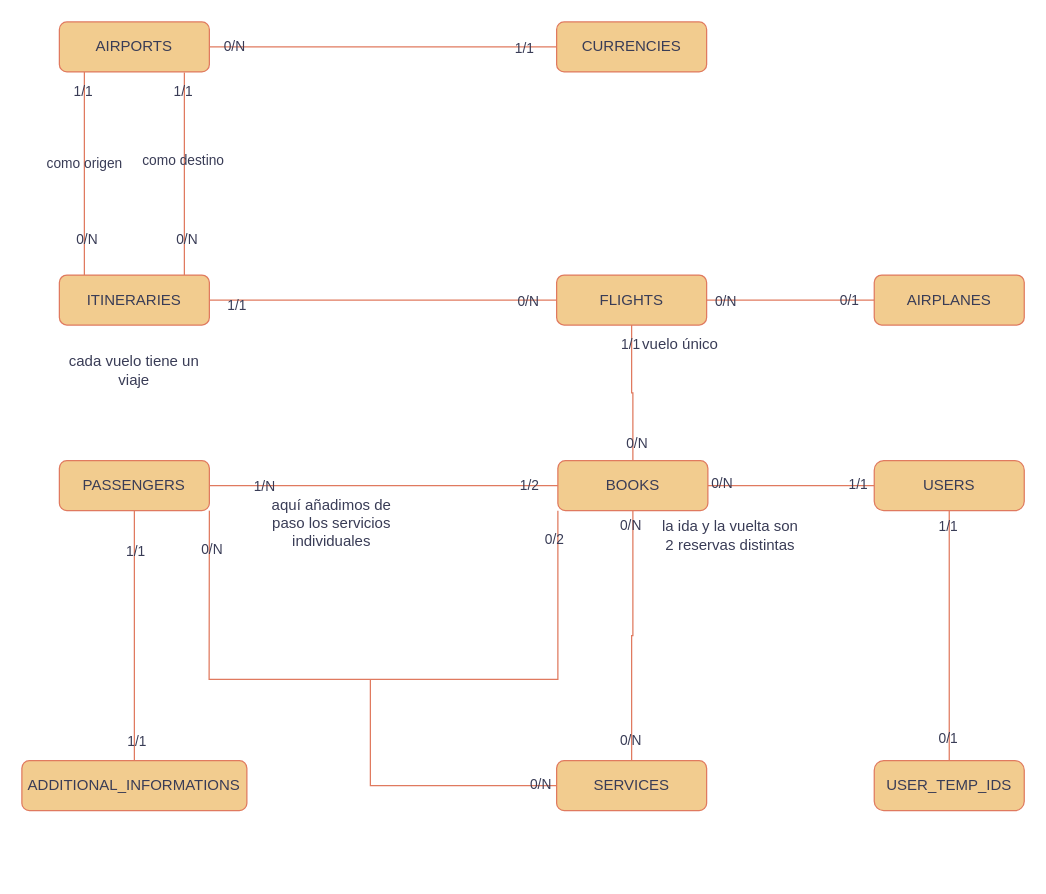
Earlier version of the draw.io diagram UML/BBDD/2 Diagrama de flujo/DF destinyAirlines.drawio (SergioCorredorT/destinyairlinesReact). Source tidied: cells renumbered, new cells numbered last; positions are measured from the earlier drawing's top-left corner, leaving out a move shared by most shapes. Both pictures are drawn from the tidied source at 125%, with x=0, y=0 at pixel (21, 21).
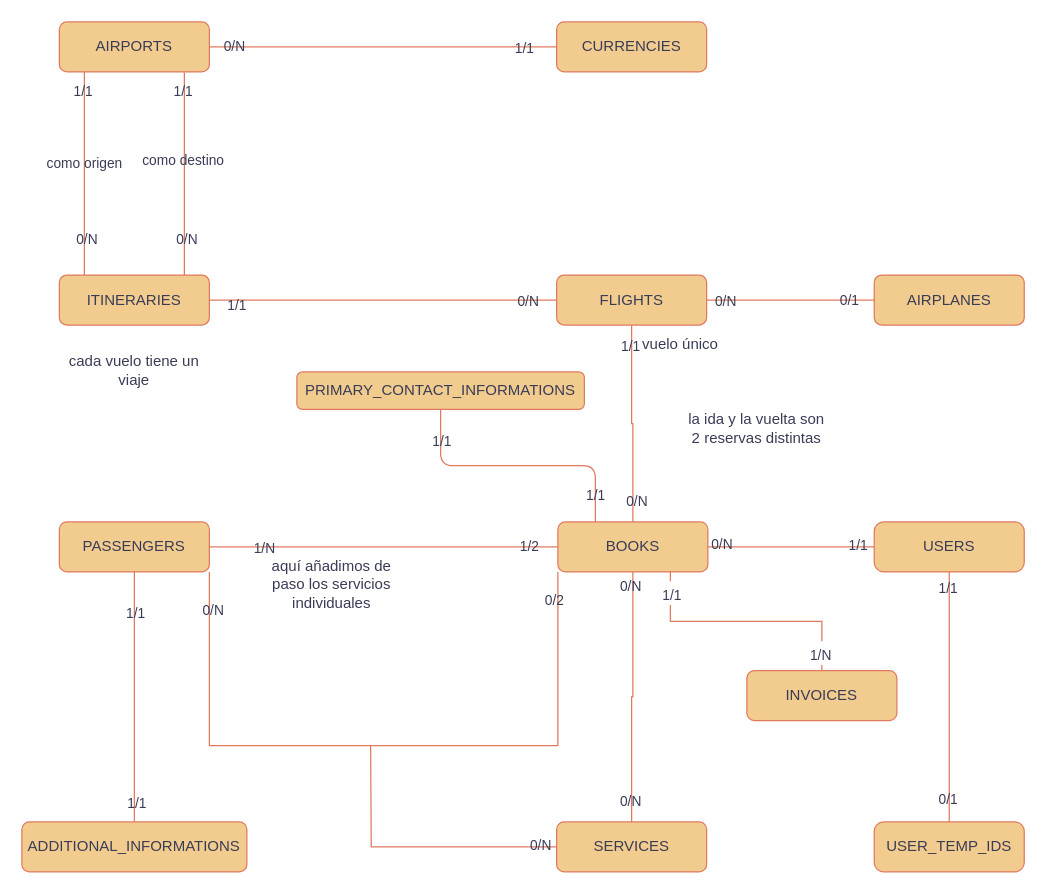
After the change.

The edit, as a diff of the source:
```diff
@@
     <mxCell id="21" value="SERVICES" style="rounded=1;whiteSpace=wrap;html=1;fontSize=12;glass=0;strokeWidth=1;shadow=0;labelBackgroundColor=none;fillColor=#F2CC8F;strokeColor=#E07A5F;fontColor=#393C56;" parent="1" vertex="1">
-      <mxGeometry x="427.8" y="591" width="120" height="40" as="geometry" />
+      <mxGeometry x="427.8" y="640" width="120" height="40" as="geometry" />
     </mxCell>
@@
+    <mxCell id="58" style="edgeStyle=orthogonalEdgeStyle;jettySize=auto;html=1;exitX=0.25;exitY=0;exitDx=0;exitDy=0;entryX=0.5;entryY=1;entryDx=0;entryDy=0;fontSize=12;startSize=8;endSize=8;endArrow=none;endFill=0;labelBackgroundColor=none;strokeColor=#E07A5F;fontColor=default;" parent="1" edge="1" source="31" target="61">
+      <mxGeometry relative="1" as="geometry" />
+    </mxCell>
+    <mxCell id="59" value="&lt;font style=&quot;font-size: 11px;&quot;&gt;1/1&lt;/font&gt;" style="edgeLabel;html=1;align=center;verticalAlign=middle;fontSize=16;labelBackgroundColor=none;fontColor=#393C56;" parent="58" vertex="1">
+      <mxGeometry x="0.84" y="-3" relative="1" as="geometry">
+        <mxPoint x="-3" y="7" as="offset" />
+      </mxGeometry>
+    </mxCell>
+    <mxCell id="60" value="&lt;font style=&quot;font-size: 11px;&quot;&gt;1/1&lt;/font&gt;" style="edgeLabel;html=1;align=center;verticalAlign=middle;fontSize=16;labelBackgroundColor=none;fontColor=#393C56;" parent="58" vertex="1">
+      <mxGeometry x="-0.78" relative="1" as="geometry" />
+    </mxCell>
     <mxCell id="31" value="BOOKS" style="rounded=1;whiteSpace=wrap;html=1;fontSize=12;glass=0;strokeWidth=1;shadow=0;labelBackgroundColor=none;fillColor=#F2CC8F;strokeColor=#E07A5F;fontColor=#393C56;" parent="1" vertex="1">
-      <mxGeometry x="428.8" y="351" width="120" height="40" as="geometry" />
+      <mxGeometry x="428.8" y="400" width="120" height="40" as="geometry" />
     </mxCell>
@@
     <mxCell id="35" value="USERS" style="rounded=1;whiteSpace=wrap;html=1;fontSize=12;glass=0;strokeWidth=1;shadow=0;arcSize=19;labelBackgroundColor=none;fillColor=#F2CC8F;strokeColor=#E07A5F;fontColor=#393C56;" parent="1" vertex="1">
-      <mxGeometry x="681.9" y="351" width="120" height="40" as="geometry" />
+      <mxGeometry x="681.9" y="400" width="120" height="40" as="geometry" />
     </mxCell>
@@
     <mxCell id="42" value="PASSENGERS" style="rounded=1;whiteSpace=wrap;html=1;fontSize=12;glass=0;strokeWidth=1;shadow=0;labelBackgroundColor=none;fillColor=#F2CC8F;strokeColor=#E07A5F;fontColor=#393C56;" parent="1" vertex="1">
-      <mxGeometry x="30" y="351" width="120" height="40" as="geometry" />
+      <mxGeometry x="30" y="400" width="120" height="40" as="geometry" />
     </mxCell>
     <mxCell id="43" value="ADDITIONAL_INFORMATIONS" style="rounded=1;whiteSpace=wrap;html=1;fontSize=12;glass=0;strokeWidth=1;shadow=0;labelBackgroundColor=none;fillColor=#F2CC8F;strokeColor=#E07A5F;fontColor=#393C56;" parent="1" vertex="1">
-      <mxGeometry y="591" width="180" height="40" as="geometry" />
+      <mxGeometry y="640" width="180" height="40" as="geometry" />
     </mxCell>
@@
     <mxCell id="50" value="la ida y la vuelta son 2 reservas distintas" style="text;html=1;strokeColor=none;fillColor=none;align=center;verticalAlign=middle;whiteSpace=wrap;rounded=0;labelBackgroundColor=none;fontColor=#393C56;" parent="1" vertex="1">
-      <mxGeometry x="508.8" y="396" width="116" height="30" as="geometry" />
+      <mxGeometry x="530" y="310" width="116" height="30" as="geometry" />
     </mxCell>
     <mxCell id="51" value="aquí añadimos de paso los servicios individuales" style="text;html=1;strokeColor=none;fillColor=none;align=center;verticalAlign=middle;whiteSpace=wrap;rounded=0;labelBackgroundColor=none;fontColor=#393C56;" parent="1" vertex="1">
-      <mxGeometry x="188.8" y="381" width="118" height="40" as="geometry" />
+      <mxGeometry x="188.8" y="430" width="118" height="40" as="geometry" />
     </mxCell>
-    <mxCell id="52" style="endArrow=none;html=1;rounded=0;entryX=1;entryY=1;entryDx=0;entryDy=0;exitX=0;exitY=1;exitDx=0;exitDy=0;labelBackgroundColor=none;fontColor=default;strokeColor=#E07A5F;" parent="1" edge="1" source="31" target="42">
+    <mxCell id="52" style="endArrow=none;html=1;rounded=0;entryX=1;entryY=1;entryDx=0;entryDy=0;exitX=0;exitY=1;exitDx=0;exitDy=0;labelBackgroundColor=none;fontColor=default;strokeColor=#E07A5F;edgeStyle=orthogonalEdgeStyle;" parent="1" edge="1" source="31" target="42">
       <mxGeometry relative="1" as="geometry">
         <Array as="points">
-          <mxPoint x="428.8" y="526" />
-          <mxPoint x="149.8" y="526" />
+          <mxPoint x="429" y="579" />
+          <mxPoint x="150" y="579" />
         </Array>
       </mxGeometry>
     </mxCell>
@@
-    <mxCell id="55" style="endArrow=none;html=1;rounded=0;exitX=0;exitY=0.5;exitDx=0;exitDy=0;labelBackgroundColor=none;fontColor=default;strokeColor=#E07A5F;" parent="1" edge="1" source="21">
+    <mxCell id="55" style="endArrow=none;html=1;rounded=0;exitX=0;exitY=0.5;exitDx=0;exitDy=0;labelBackgroundColor=none;fontColor=default;strokeColor=#E07A5F;edgeStyle=orthogonalEdgeStyle;" parent="1" edge="1" source="21">
       <mxGeometry relative="1" as="geometry">
-        <mxPoint x="278.8" y="526" as="targetPoint" />
-        <Array as="points">
-          <mxPoint x="278.8" y="611" />
-        </Array>
+        <mxPoint x="279" y="579" as="targetPoint" />
       </mxGeometry>
     </mxCell>
@@
     <mxCell id="57" value="USER_TEMP_IDS" style="rounded=1;whiteSpace=wrap;html=1;fontSize=12;glass=0;strokeWidth=1;shadow=0;arcSize=19;labelBackgroundColor=none;fillColor=#F2CC8F;strokeColor=#E07A5F;fontColor=#393C56;" parent="1" vertex="1">
-      <mxGeometry x="681.9" y="591" width="120" height="40" as="geometry" />
+      <mxGeometry x="681.9" y="640" width="120" height="40" as="geometry" />
     </mxCell>
+    <mxCell id="61" value="PRIMARY_CONTACT_INFORMATIONS" style="rounded=1;whiteSpace=wrap;html=1;fontSize=12;glass=0;strokeWidth=1;shadow=0;labelBackgroundColor=none;fillColor=#F2CC8F;strokeColor=#E07A5F;fontColor=#393C56;" parent="1" vertex="1">
+      <mxGeometry x="220" y="280" width="230" height="30" as="geometry" />
+    </mxCell>
+    <mxCell id="62" style="edgeStyle=orthogonalEdgeStyle;rounded=0;jettySize=auto;html=1;exitX=0.5;exitY=0;exitDx=0;exitDy=0;strokeColor=#E07A5F;fontSize=12;fontColor=#393C56;startSize=8;endSize=8;fillColor=#F2CC8F;entryX=0.75;entryY=1;entryDx=0;entryDy=0;endArrow=none;endFill=0;" parent="1" edge="1" source="65" target="31">
+      <mxGeometry relative="1" as="geometry" />
+    </mxCell>
+    <mxCell id="63" value="&lt;font style=&quot;font-size: 11px;&quot;&gt;1/1&lt;/font&gt;" style="edgeLabel;html=1;align=center;verticalAlign=middle;fontSize=16;fontColor=#393C56;" parent="62" vertex="1">
+      <mxGeometry x="0.84" y="-1" relative="1" as="geometry" />
+    </mxCell>
+    <mxCell id="64" value="&lt;font style=&quot;font-size: 11px;&quot;&gt;1/N&lt;/font&gt;" style="edgeLabel;html=1;align=center;verticalAlign=middle;fontSize=16;fontColor=#393C56;" parent="62" vertex="1">
+      <mxGeometry x="-0.85" y="2" relative="1" as="geometry" />
+    </mxCell>
+    <mxCell id="65" value="INVOICES" style="rounded=1;whiteSpace=wrap;html=1;fontSize=12;glass=0;strokeWidth=1;shadow=0;labelBackgroundColor=none;fillColor=#F2CC8F;strokeColor=#E07A5F;fontColor=#393C56;" parent="1" vertex="1">
+      <mxGeometry x="580" y="519" width="120" height="40" as="geometry" />
+    </mxCell>
```
